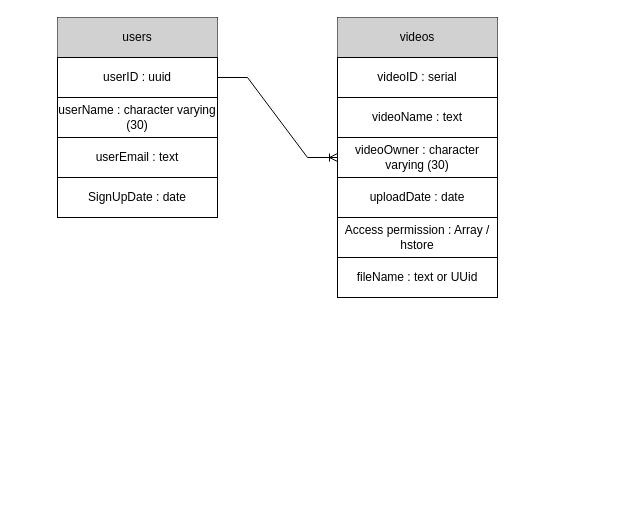
Shinikai123/test-gallery-front keeps this draw.io diagram as diagram.drawio. Above is the earlier version. Source tidied: cells renumbered, new cells numbered last; positions are measured from the earlier drawing's top-left corner, leaving out a move shared by most shapes. Both pictures are drawn from the tidied source at 100%, with x=0, y=0 at pixel (57, 17).
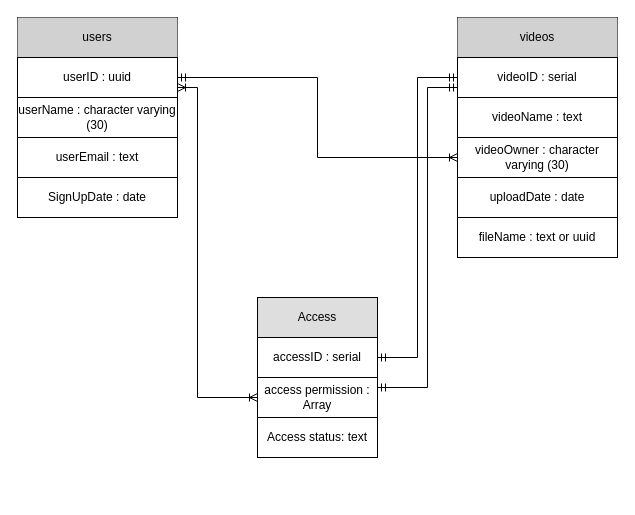
Above is the later version.

Diff of the diagram source:
```diff
@@
+    <mxCell id="23" style="group;" parent="1" vertex="1">
+      <mxGeometry x="200" y="280" width="120" height="200" as="geometry" />
+    </mxCell>
+    <mxCell id="24" style="rounded=0;whiteSpace=wrap;html=1;" parent="23" vertex="1">
+      <mxGeometry width="120" height="160" as="geometry" />
+    </mxCell>
+    <mxCell id="25" value="Access" style="rounded=0;whiteSpace=wrap;html=1;fillColor=#dedede;" parent="23" vertex="1">
+      <mxGeometry width="120" height="40" as="geometry" />
+    </mxCell>
+    <mxCell id="21" value="&lt;div&gt;access permission : Array&lt;/div&gt;" style="rounded=0;whiteSpace=wrap;html=1;" parent="23" vertex="1">
+      <mxGeometry y="80" width="120" height="40" as="geometry" />
+    </mxCell>
+    <mxCell id="26" value="Access status: text" style="rounded=0;whiteSpace=wrap;html=1;fillColor=default;" parent="23" vertex="1">
+      <mxGeometry y="120" width="120" height="40" as="geometry" />
+    </mxCell>
+    <mxCell id="27" value="accessID : serial" style="rounded=0;whiteSpace=wrap;html=1;fillColor=default;" parent="23" vertex="1">
+      <mxGeometry y="40" width="120" height="40" as="geometry" />
+    </mxCell>
+    <mxCell id="28" style="group;" parent="1" vertex="1">
+      <mxGeometry x="400" width="160" height="240" as="geometry" />
+    </mxCell>
+    <mxCell id="5" style="rounded=0;whiteSpace=wrap;html=1;" parent="28" vertex="1">
+      <mxGeometry width="160" height="200" as="geometry" />
+    </mxCell>
+    <mxCell id="6" style="rounded=0;whiteSpace=wrap;html=1;" parent="28" vertex="1">
+      <mxGeometry width="160" height="40" as="geometry" />
+    </mxCell>
+    <mxCell id="7" value="videos" style="text;strokeColor=none;align=center;fillColor=#D1D1D1;html=1;verticalAlign=middle;whiteSpace=wrap;rounded=0;" parent="28" vertex="1">
+      <mxGeometry width="160" height="40" as="geometry" />
+    </mxCell>
+    <mxCell id="14" style="rounded=0;whiteSpace=wrap;html=1;fillColor=none;" parent="28" vertex="1">
+      <mxGeometry y="40" width="160" height="40" as="geometry" />
+    </mxCell>
+    <mxCell id="15" value="videoID : serial" style="text;strokeColor=none;align=center;fillColor=none;html=1;verticalAlign=middle;whiteSpace=wrap;rounded=0;" parent="28" vertex="1">
+      <mxGeometry y="40" width="160" height="40" as="geometry" />
+    </mxCell>
+    <mxCell id="16" value="videoName : text" style="rounded=0;whiteSpace=wrap;html=1;fillColor=none;" parent="28" vertex="1">
+      <mxGeometry y="80" width="160" height="40" as="geometry" />
+    </mxCell>
+    <mxCell id="17" value="videoOwner : character varying (30)" style="rounded=0;whiteSpace=wrap;html=1;fillColor=none;" parent="28" vertex="1">
+      <mxGeometry y="120" width="160" height="40" as="geometry" />
+    </mxCell>
+    <mxCell id="18" value="uploadDate : date" style="whiteSpace=wrap;html=1;fillColor=none;" parent="28" vertex="1">
+      <mxGeometry y="160" width="160" height="40" as="geometry" />
+    </mxCell>
+    <mxCell id="22" value="fileName : text or uuid" style="rounded=0;whiteSpace=wrap;html=1;" parent="28" vertex="1">
+      <mxGeometry y="200" width="160" height="40" as="geometry" />
+    </mxCell>
+    <mxCell id="29" style="group;" parent="1" vertex="1">
+      <mxGeometry x="-40" width="160" height="200" as="geometry" />
+    </mxCell>
-    <mxCell id="2" style="rounded=0;whiteSpace=wrap;html=1;" parent="1" vertex="1">
+    <mxCell id="2" style="rounded=0;whiteSpace=wrap;html=1;" parent="29" vertex="1">
       <mxGeometry width="160" height="200" as="geometry" />
     </mxCell>
-    <mxCell id="3" style="rounded=0;whiteSpace=wrap;html=1;" parent="1" vertex="1">
+    <mxCell id="3" style="rounded=0;whiteSpace=wrap;html=1;" parent="29" vertex="1">
       <mxGeometry width="160" height="40" as="geometry" />
     </mxCell>
-    <mxCell id="4" value="users" style="text;strokeColor=none;align=center;fillColor=#D1D1D1;html=1;verticalAlign=middle;whiteSpace=wrap;rounded=0;" parent="1" vertex="1">
+    <mxCell id="4" value="users" style="text;strokeColor=none;align=center;fillColor=#D1D1D1;html=1;verticalAlign=middle;whiteSpace=wrap;rounded=0;" parent="29" vertex="1">
       <mxGeometry width="160" height="40" as="geometry" />
     </mxCell>
-    <mxCell id="5" style="rounded=0;whiteSpace=wrap;html=1;" parent="1" vertex="1">
-      <mxGeometry x="280" width="160" height="200" as="geometry" />
-    </mxCell>
-    <mxCell id="6" style="rounded=0;whiteSpace=wrap;html=1;" parent="1" vertex="1">
-      <mxGeometry x="280" width="160" height="40" as="geometry" />
-    </mxCell>
-    <mxCell id="7" value="videos" style="text;strokeColor=none;align=center;fillColor=#D1D1D1;html=1;verticalAlign=middle;whiteSpace=wrap;rounded=0;" parent="1" vertex="1">
-      <mxGeometry x="280" width="160" height="40" as="geometry" />
-    </mxCell>
-    <mxCell id="8" style="rounded=0;whiteSpace=wrap;html=1;" parent="1" vertex="1">
+    <mxCell id="8" style="rounded=0;whiteSpace=wrap;html=1;" parent="29" vertex="1">
       <mxGeometry y="40" width="160" height="40" as="geometry" />
     </mxCell>
-    <mxCell id="9" value="userID : uuid" style="text;strokeColor=none;align=center;fillColor=none;html=1;verticalAlign=middle;whiteSpace=wrap;rounded=0;" parent="1" vertex="1">
+    <mxCell id="9" value="userID : uuid" style="text;strokeColor=none;align=center;fillColor=none;html=1;verticalAlign=middle;whiteSpace=wrap;rounded=0;" parent="29" vertex="1">
       <mxGeometry y="40" width="160" height="40" as="geometry" />
     </mxCell>
-    <mxCell id="10" style="rounded=0;whiteSpace=wrap;html=1;fillColor=none;" parent="1" vertex="1">
+    <mxCell id="10" style="rounded=0;whiteSpace=wrap;html=1;fillColor=none;" parent="29" vertex="1">
       <mxGeometry y="80" width="160" height="40" as="geometry" />
     </mxCell>
-    <mxCell id="11" value="userName : character varying (30)" style="text;strokeColor=none;align=center;fillColor=none;html=1;verticalAlign=middle;whiteSpace=wrap;rounded=0;" parent="1" vertex="1">
+    <mxCell id="11" value="userName : character varying (30)" style="text;strokeColor=none;align=center;fillColor=none;html=1;verticalAlign=middle;whiteSpace=wrap;rounded=0;" parent="29" vertex="1">
       <mxGeometry y="80" width="160" height="40" as="geometry" />
     </mxCell>
-    <mxCell id="12" style="rounded=0;whiteSpace=wrap;html=1;fillColor=none;" parent="1" vertex="1">
+    <mxCell id="12" style="rounded=0;whiteSpace=wrap;html=1;fillColor=none;" parent="29" vertex="1">
       <mxGeometry y="120" width="160" height="40" as="geometry" />
     </mxCell>
-    <mxCell id="13" value="&lt;div&gt;userEmail : text&lt;/div&gt;" style="text;strokeColor=none;align=center;fillColor=none;html=1;verticalAlign=middle;whiteSpace=wrap;rounded=0;" parent="1" vertex="1">
+    <mxCell id="13" value="&lt;div&gt;userEmail : text&lt;/div&gt;" style="text;strokeColor=none;align=center;fillColor=none;html=1;verticalAlign=middle;whiteSpace=wrap;rounded=0;" parent="29" vertex="1">
       <mxGeometry y="120" width="160" height="40" as="geometry" />
     </mxCell>
-    <mxCell id="14" style="rounded=0;whiteSpace=wrap;html=1;fillColor=none;" parent="1" vertex="1">
-      <mxGeometry x="280" y="40" width="160" height="40" as="geometry" />
-    </mxCell>
-    <mxCell id="15" value="videoID : serial" style="text;strokeColor=none;align=center;fillColor=none;html=1;verticalAlign=middle;whiteSpace=wrap;rounded=0;" parent="1" vertex="1">
-      <mxGeometry x="280" y="40" width="160" height="40" as="geometry" />
-    </mxCell>
-    <mxCell id="16" value="videoName : text" style="rounded=0;whiteSpace=wrap;html=1;fillColor=none;" parent="1" vertex="1">
-      <mxGeometry x="280" y="80" width="160" height="40" as="geometry" />
-    </mxCell>
-    <mxCell id="17" value="videoOwner : character varying (30)" style="rounded=0;whiteSpace=wrap;html=1;fillColor=none;" parent="1" vertex="1">
-      <mxGeometry x="280" y="120" width="160" height="40" as="geometry" />
-    </mxCell>
-    <mxCell id="18" value="uploadDate : date" style="whiteSpace=wrap;html=1;fillColor=none;" parent="1" vertex="1">
-      <mxGeometry x="280" y="160" width="160" height="40" as="geometry" />
-    </mxCell>
-    <mxCell id="19" value="SignUpDate : date" style="rounded=0;whiteSpace=wrap;html=1;fillColor=none;" parent="1" vertex="1">
+    <mxCell id="19" value="SignUpDate : date" style="rounded=0;whiteSpace=wrap;html=1;fillColor=none;" parent="29" vertex="1">
       <mxGeometry y="160" width="160" height="40" as="geometry" />
     </mxCell>
-    <mxCell id="20" style="edgeStyle=entityRelationEdgeStyle;fontSize=12;html=1;endArrow=ERoneToMany;rounded=0;exitX=1;exitY=0.5;exitDx=0;exitDy=0;entryX=0;entryY=0.5;entryDx=0;entryDy=0;" parent="1" edge="1" source="9" target="17">
+    <mxCell id="20" style="edgeStyle=orthogonalEdgeStyle;rounded=0;jettySize=auto;html=1;exitX=1;exitY=0.5;exitDx=0;exitDy=0;entryX=0;entryY=0.5;entryDx=0;entryDy=0;endArrow=ERoneToMany;endFill=0;startArrow=ERmandOne;startFill=0;" parent="1" edge="1" source="9" target="17">
       <mxGeometry relative="1" as="geometry" />
     </mxCell>
-    <mxCell id="21" value="Access permission : Array / hstore" style="rounded=0;whiteSpace=wrap;html=1;" parent="1" vertex="1">
-      <mxGeometry x="280" y="200" width="160" height="40" as="geometry" />
-    </mxCell>
-    <mxCell id="22" value="fileName : text or UUid" style="rounded=0;whiteSpace=wrap;html=1;" parent="1" vertex="1">
-      <mxGeometry x="280" y="240" width="160" height="40" as="geometry" />
-    </mxCell>
+    <mxCell id="30" style="edgeStyle=orthogonalEdgeStyle;rounded=0;jettySize=auto;html=1;exitX=0;exitY=0.5;exitDx=0;exitDy=0;entryX=1;entryY=0.75;entryDx=0;entryDy=0;endArrow=ERoneToMany;endFill=0;startArrow=ERoneToMany;startFill=0;" parent="1" edge="1" source="21" target="9">
+      <mxGeometry relative="1" as="geometry">
+        <Array as="points">
+          <mxPoint x="140" y="380" />
+          <mxPoint x="140" y="70" />
+        </Array>
+      </mxGeometry>
+    </mxCell>
+    <mxCell id="31" style="edgeStyle=orthogonalEdgeStyle;rounded=0;jettySize=auto;html=1;exitX=1;exitY=0.25;exitDx=0;exitDy=0;entryX=0;entryY=0.75;entryDx=0;entryDy=0;endArrow=ERmandOne;endFill=0;startArrow=ERmandOne;startFill=0;" parent="1" edge="1" source="21" target="15">
+      <mxGeometry relative="1" as="geometry">
+        <Array as="points">
+          <mxPoint x="370" y="370" />
+          <mxPoint x="370" y="70" />
+        </Array>
+      </mxGeometry>
+    </mxCell>
+    <mxCell id="32" style="edgeStyle=orthogonalEdgeStyle;rounded=0;jettySize=auto;html=1;exitX=1;exitY=0.5;exitDx=0;exitDy=0;entryX=0;entryY=0.5;entryDx=0;entryDy=0;endArrow=ERmandOne;endFill=0;startArrow=ERmandOne;startFill=0;" parent="1" edge="1" source="27" target="15">
+      <mxGeometry relative="1" as="geometry" />
+    </mxCell>
```
